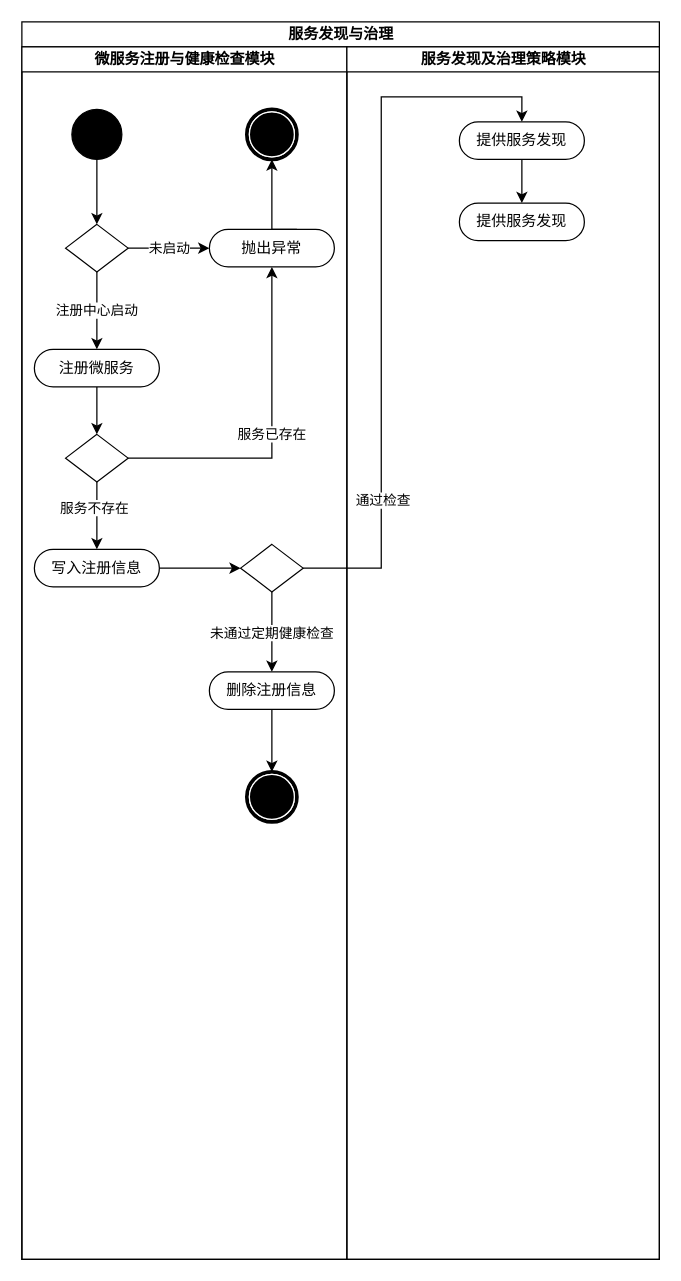
DixinFan/diagrams keeps this draw.io diagram as Copy of outline_3.drawio. Above is the earlier version. Source tidied: cells renumbered, new cells numbered last; positions are measured from the earlier drawing's top-left corner, leaving out a move shared by most shapes. Both pictures are drawn from the tidied source at 125%, with x=0, y=0 at pixel (21, 21).
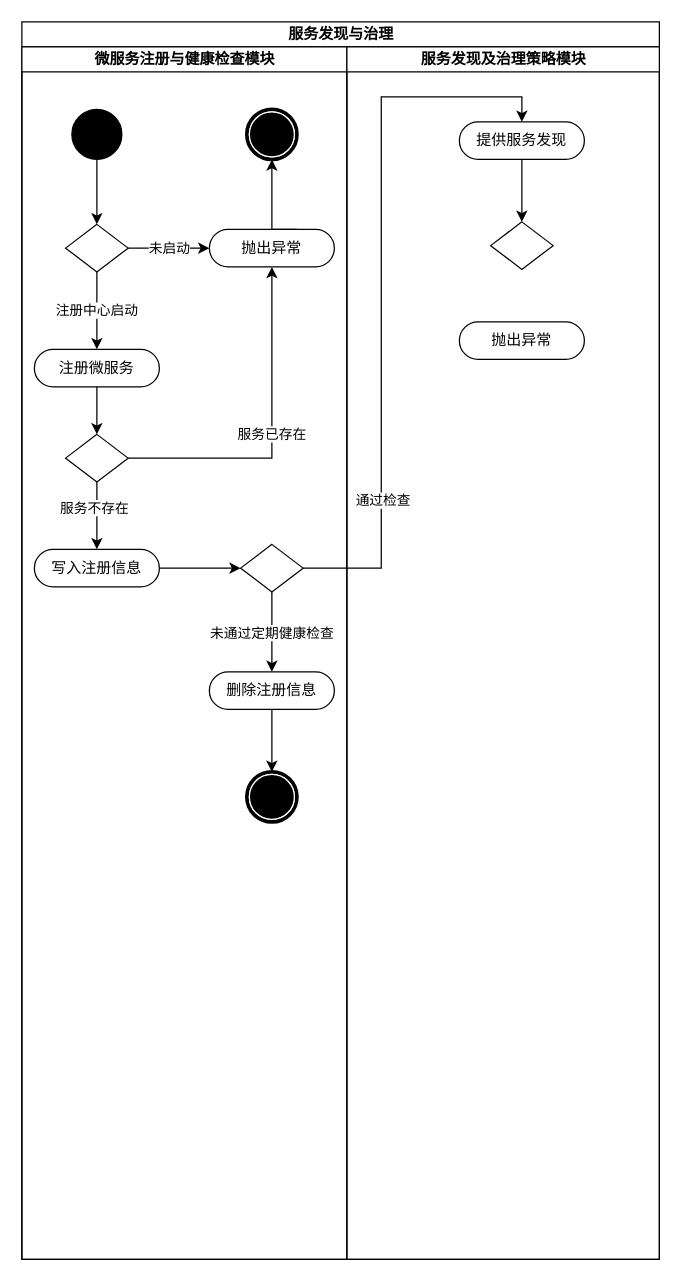
After the change.

Unchanged cells that the change refers to:
```xml
<mxCell id="3" value="微服务注册与健康检查模块" style="swimlane;html=1;startSize=20;" parent="2" vertex="1">
  <mxGeometry y="20" width="260" height="970" as="geometry" />
</mxCell>
<mxCell id="27" value="服务发现及治理策略模块" style="swimlane;html=1;startSize=20;" parent="2" vertex="1">
  <mxGeometry x="260" y="20" width="250" height="970" as="geometry" />
</mxCell>
<mxCell id="29" value="提供服务发现" style="rounded=1;whiteSpace=wrap;html=1;shadow=0;comic=0;labelBackgroundColor=none;strokeWidth=1;fontFamily=Verdana;fontSize=12;align=center;arcSize=50;" parent="27" vertex="1">
  <mxGeometry x="90" y="60" width="100" height="30" as="geometry" />
</mxCell>
```

Diff of the diagram source:
```diff
@@
-    <mxCell id="21" style="rhombus;whiteSpace=wrap;html=1;" parent="3" vertex="1">
+    <mxCell id="21" style="rhombus;whiteSpace=wrap;html=1;fontStyle=1;" parent="3" vertex="1">
       <mxGeometry x="175" y="398" width="50" height="38" as="geometry" />
     </mxCell>
@@
-    <mxCell id="28" style="edgeStyle=orthogonalEdgeStyle;rounded=0;jettySize=auto;html=1;" parent="27" edge="1" source="29" target="30">
+    <mxCell id="28" style="edgeStyle=orthogonalEdgeStyle;rounded=0;jettySize=auto;html=1;entryX=0.5;entryY=0;entryDx=0;entryDy=0;" parent="27" edge="1" source="29" target="31">
       <mxGeometry relative="1" as="geometry" />
     </mxCell>
@@
-    <mxCell id="30" value="提供服务发现" style="rounded=1;whiteSpace=wrap;html=1;shadow=0;comic=0;labelBackgroundColor=none;strokeWidth=1;fontFamily=Verdana;fontSize=12;align=center;arcSize=50;" parent="27" vertex="1">
-      <mxGeometry x="90" y="125" width="100" height="30" as="geometry" />
-    </mxCell>
+    <mxCell id="31" style="rhombus;whiteSpace=wrap;html=1;" parent="27" vertex="1">
+      <mxGeometry x="115" y="140" width="50" height="38" as="geometry" />
+    </mxCell>
+    <mxCell id="32" value="抛出异常" style="rounded=1;whiteSpace=wrap;html=1;shadow=0;comic=0;labelBackgroundColor=none;strokeWidth=1;fontFamily=Verdana;fontSize=12;align=center;arcSize=50;" parent="27" vertex="1">
+      <mxGeometry x="90" y="220" width="100" height="30" as="geometry" />
+    </mxCell>
```
